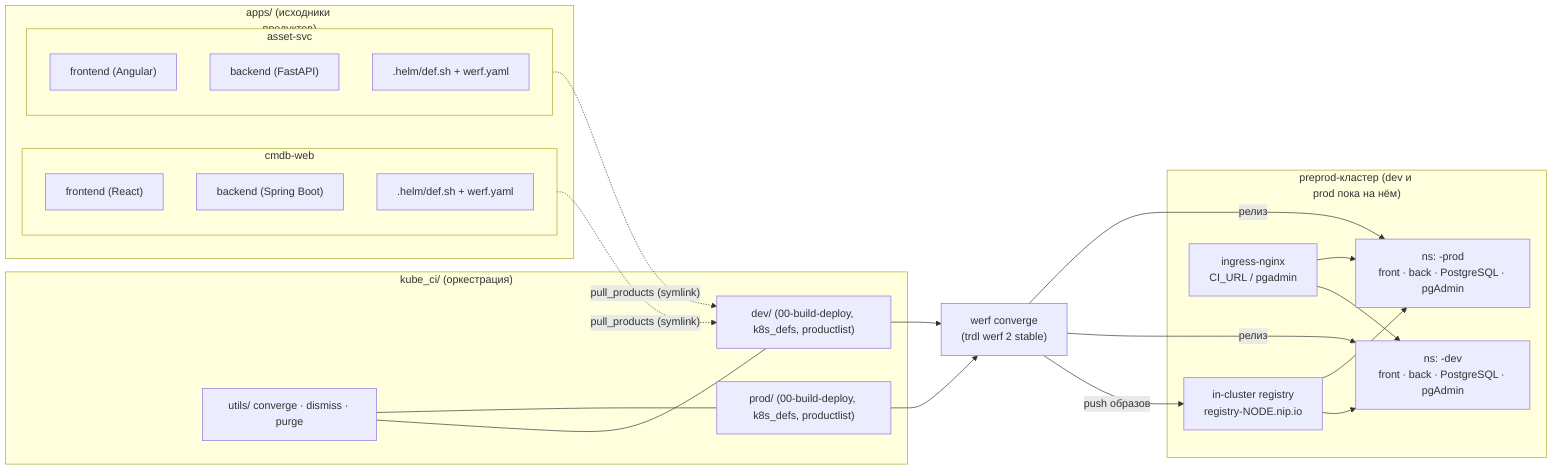
The Mermaid diagram docs/pics/architecture.png in nedlosster/werf_ci_demo, before a commit. Its source is kept beside it as docs/diagrams/architecture.mmd. The source it was exported from:
```mermaid
flowchart LR
    subgraph apps["apps/ (исходники продуктов)"]
        direction TB
        subgraph cmdbweb["cmdb-web"]
            cw_fe["frontend (React)"]
            cw_be["backend (Spring Boot)"]
            cw_helm[".helm/def.sh + werf.yaml"]
        end
        subgraph assetsvc["asset-svc"]
            as_fe["frontend (Angular)"]
            as_be["backend (FastAPI)"]
            as_helm[".helm/def.sh + werf.yaml"]
        end
    end

    subgraph kubeci["kube_ci/ (оркестрация)"]
        direction TB
        utils["utils/ converge · dismiss · purge"]
        envdev["dev/ (00-build-deploy, k8s_defs, productlist)"]
        envprod["prod/ (00-build-deploy, k8s_defs, productlist)"]
        utils --- envdev
        utils --- envprod
    end

    werf["werf converge<br/>(trdl werf 2 stable)"]

    subgraph cluster["preprod-кластер (dev и prod пока на нём)"]
        direction TB
        registry["in-cluster registry<br/>registry-NODE.nip.io"]
        ns_dev["ns: <app>-dev<br/>front · back · PostgreSQL · pgAdmin"]
        ns_prod["ns: <app>-prod<br/>front · back · PostgreSQL · pgAdmin"]
        ingress["ingress-nginx<br/>CI_URL / pgadmin"]
    end

    cmdbweb -. "pull_products (symlink)" .-> envdev
    assetsvc -. "pull_products (symlink)" .-> envdev
    envdev --> werf
    envprod --> werf
    werf -->|push образов| registry
    werf -->|релиз| ns_dev
    werf -->|релиз| ns_prod
    registry --> ns_dev
    registry --> ns_prod
    ingress --> ns_dev
    ingress --> ns_prod
```
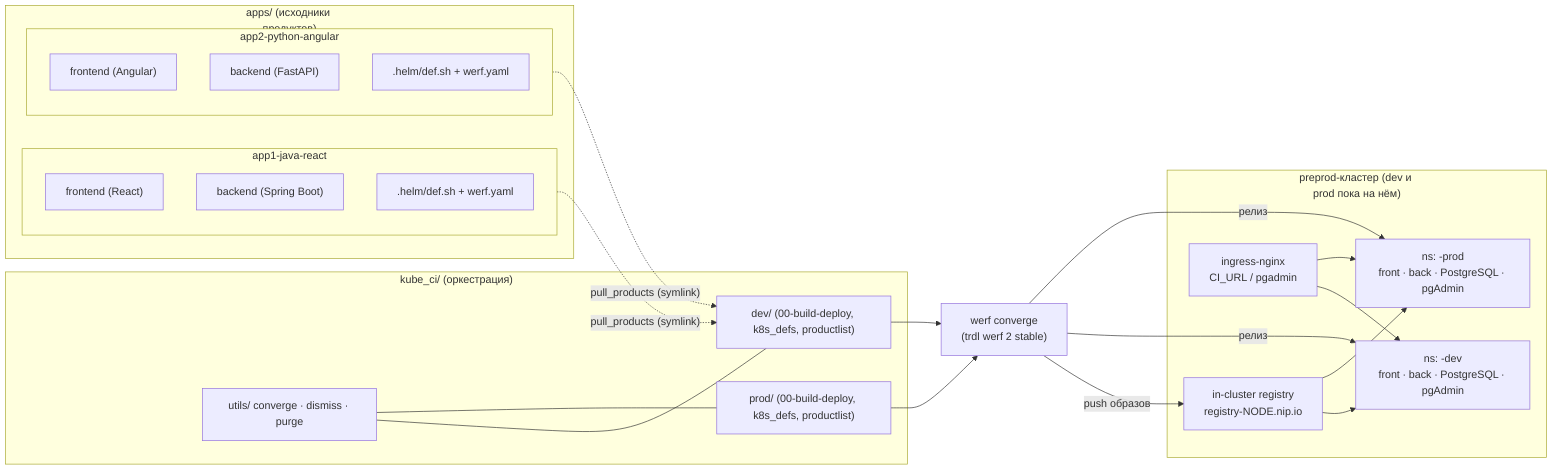
Later version of the same file.

Diff of the diagram source:
```diff
@@ -1,12 +1,12 @@
 flowchart LR
     subgraph apps["apps/ (исходники продуктов)"]
         direction TB
-        subgraph cmdbweb["cmdb-web"]
+        subgraph cmdbweb["app1-java-react"]
             cw_fe["frontend (React)"]
             cw_be["backend (Spring Boot)"]
             cw_helm[".helm/def.sh + werf.yaml"]
         end
-        subgraph assetsvc["asset-svc"]
+        subgraph assetsvc["app2-python-angular"]
             as_fe["frontend (Angular)"]
             as_be["backend (FastAPI)"]
             as_helm[".helm/def.sh + werf.yaml"]
```
